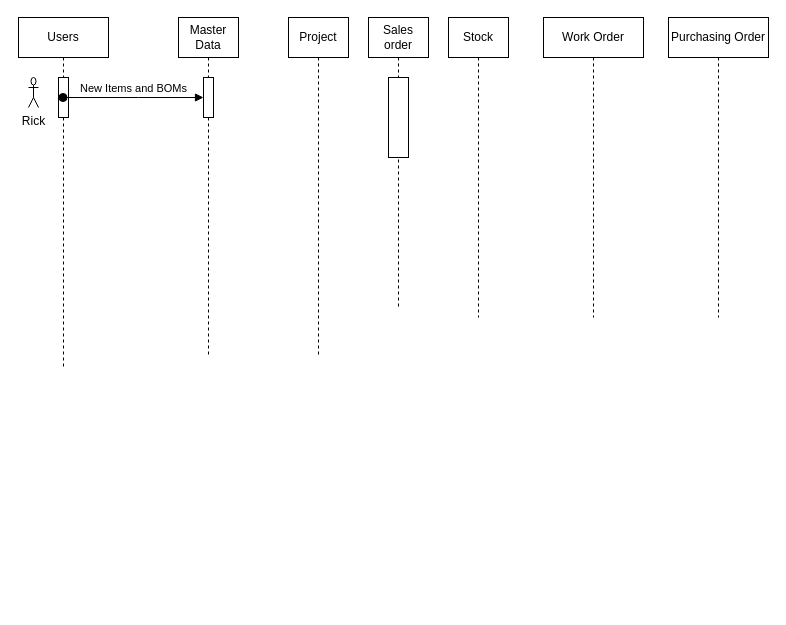
gemingzhe2023/D1_2025 keeps this draw.io diagram as JDE 20251217.drawio. Above is the earlier version. Source tidied: cells renumbered, new cells numbered last; positions are measured from the earlier drawing's top-left corner, leaving out a move shared by most shapes. Both pictures are drawn from the tidied source at 100%, with x=0, y=0 at pixel (18, 17).
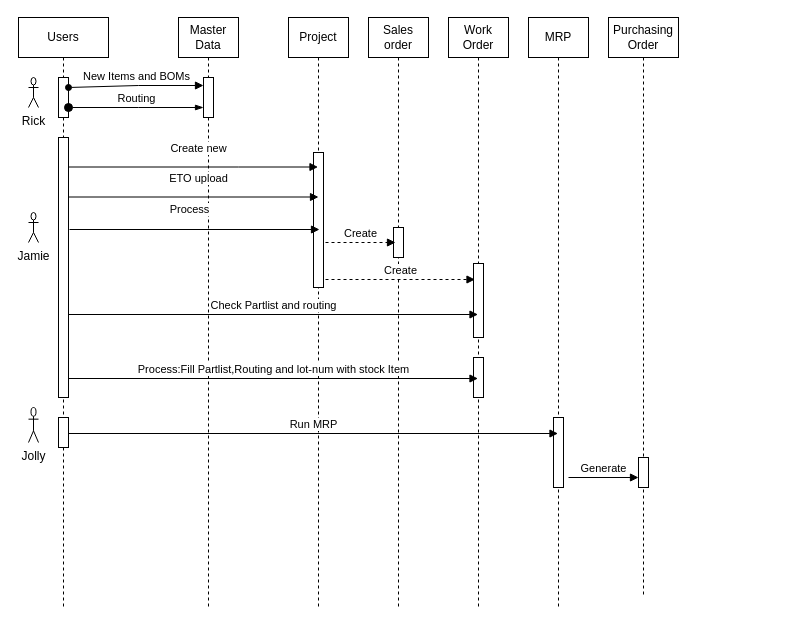
The same diagram, later.

Unchanged cells that the change refers to:
```xml
<mxCell id="9" style="html=1;points=[[0,0,0,0,5],[0,1,0,0,-5],[1,0,0,0,5],[1,1,0,0,-5]];perimeter=orthogonalPerimeter;outlineConnect=0;targetShapes=umlLifeline;portConstraint=eastwest;newEdgeStyle={&quot;curved&quot;:0,&quot;rounded&quot;:0};" parent="8" vertex="1">
  <mxGeometry x="40" y="60" width="10" height="40" as="geometry" />
</mxCell>
<mxCell id="12" style="html=1;points=[[0,0,0,0,5],[0,1,0,0,-5],[1,0,0,0,5],[1,1,0,0,-5]];perimeter=orthogonalPerimeter;outlineConnect=0;targetShapes=umlLifeline;portConstraint=eastwest;newEdgeStyle={&quot;curved&quot;:0,&quot;rounded&quot;:0};" parent="1" vertex="1">
  <mxGeometry x="185" y="60" width="10" height="40" as="geometry" />
</mxCell>
```

Change to the diagram source:
```diff
@@
     <mxCell id="2" value="Purchasing Order" style="shape=umlLifeline;perimeter=lifelinePerimeter;whiteSpace=wrap;html=1;newEdgeStyle={&quot;curved&quot;:0,&quot;rounded&quot;:0};" parent="1" vertex="1">
-      <mxGeometry x="650" width="100" height="300" as="geometry" />
+      <mxGeometry x="590" width="70" height="580" as="geometry" />
     </mxCell>
+    <mxCell id="14" style="html=1;perimeter=orthogonalPerimeter;targetShapes=umlLifeline;newEdgeStyle={&quot;curved&quot;:0,&quot;rounded&quot;:0};" parent="2" vertex="1">
+      <mxGeometry x="30" y="440" width="10" height="30" as="geometry" />
+    </mxCell>
-    <mxCell id="3" value="Stock" style="shape=umlLifeline;perimeter=lifelinePerimeter;whiteSpace=wrap;html=1;outlineConnect=0;portConstraint=eastwest;newEdgeStyle={&quot;curved&quot;:0,&quot;rounded&quot;:0};" parent="1" vertex="1">
-      <mxGeometry x="430" width="60" height="300" as="geometry" />
+    <mxCell id="3" value="MRP" style="shape=umlLifeline;perimeter=lifelinePerimeter;whiteSpace=wrap;html=1;outlineConnect=0;portConstraint=eastwest;newEdgeStyle={&quot;curved&quot;:0,&quot;rounded&quot;:0};" parent="1" vertex="1">
+      <mxGeometry x="510" width="60" height="590" as="geometry" />
     </mxCell>
+    <mxCell id="15" style="html=1;perimeter=orthogonalPerimeter;targetShapes=umlLifeline;newEdgeStyle={&quot;curved&quot;:0,&quot;rounded&quot;:0};" parent="3" vertex="1">
+      <mxGeometry x="25" y="400" width="10" height="70" as="geometry" />
+    </mxCell>
     <mxCell id="4" value="Work Order" style="shape=umlLifeline;perimeter=lifelinePerimeter;whiteSpace=wrap;html=1;newEdgeStyle={&quot;curved&quot;:0,&quot;rounded&quot;:0};" parent="1" vertex="1">
-      <mxGeometry x="525" width="100" height="300" as="geometry" />
+      <mxGeometry x="430" width="60" height="590" as="geometry" />
     </mxCell>
+    <mxCell id="16" style="html=1;perimeter=orthogonalPerimeter;targetShapes=umlLifeline;newEdgeStyle={&quot;curved&quot;:0,&quot;rounded&quot;:0};" parent="4" vertex="1">
+      <mxGeometry x="25" y="246" width="10" height="74" as="geometry" />
+    </mxCell>
+    <mxCell id="17" style="html=1;perimeter=orthogonalPerimeter;targetShapes=umlLifeline;newEdgeStyle={&quot;curved&quot;:0,&quot;rounded&quot;:0};" parent="4" vertex="1">
+      <mxGeometry x="25" y="340" width="10" height="40" as="geometry" />
+    </mxCell>
     <mxCell id="5" value="Project" style="shape=umlLifeline;perimeter=lifelinePerimeter;whiteSpace=wrap;html=1;newEdgeStyle={&quot;curved&quot;:0,&quot;rounded&quot;:0};" parent="1" vertex="1">
-      <mxGeometry x="270" width="60" height="340" as="geometry" />
+      <mxGeometry x="270" width="60" height="590" as="geometry" />
     </mxCell>
+    <mxCell id="18" style="html=1;perimeter=orthogonalPerimeter;targetShapes=umlLifeline;newEdgeStyle={&quot;curved&quot;:0,&quot;rounded&quot;:0};" parent="5" vertex="1">
+      <mxGeometry x="25" y="135" width="10" height="135" as="geometry" />
+    </mxCell>
     <mxCell id="6" value="Sales order" style="shape=umlLifeline;perimeter=lifelinePerimeter;whiteSpace=wrap;html=1;newEdgeStyle={&quot;curved&quot;:0,&quot;rounded&quot;:0};" parent="1" vertex="1">
-      <mxGeometry x="350" width="60" height="290" as="geometry" />
+      <mxGeometry x="350" width="60" height="590" as="geometry" />
     </mxCell>
-    <mxCell id="7" style="html=1;perimeter=orthogonalPerimeter;targetShapes=umlLifeline;newEdgeStyle={&quot;curved&quot;:0,&quot;rounded&quot;:0};direction=west;" parent="6" vertex="1">
-      <mxGeometry x="20" y="60" width="20" height="80" as="geometry" />
-    </mxCell>
+    <mxCell id="19" style="html=1;perimeter=orthogonalPerimeter;targetShapes=umlLifeline;newEdgeStyle={&quot;curved&quot;:0,&quot;rounded&quot;:0};" parent="6" vertex="1">
+      <mxGeometry x="25" y="210" width="10" height="30" as="geometry" />
+    </mxCell>
     <mxCell id="8" value="Users" style="shape=umlLifeline;perimeter=lifelinePerimeter;whiteSpace=wrap;html=1;outlineConnect=0;portConstraint=eastwest;newEdgeStyle={&quot;curved&quot;:0,&quot;rounded&quot;:0};" parent="1" vertex="1">
-      <mxGeometry width="90" height="350" as="geometry" />
+      <mxGeometry width="90" height="590" as="geometry" />
     </mxCell>
@@
+    <mxCell id="20" style="html=1;perimeter=orthogonalPerimeter;targetShapes=umlLifeline;newEdgeStyle={&quot;curved&quot;:0,&quot;rounded&quot;:0};" parent="8" vertex="1">
+      <mxGeometry x="40" y="120" width="10" height="260" as="geometry" />
+    </mxCell>
+    <mxCell id="21" style="html=1;perimeter=orthogonalPerimeter;targetShapes=umlLifeline;newEdgeStyle={&quot;curved&quot;:0,&quot;rounded&quot;:0};" parent="8" vertex="1">
+      <mxGeometry x="40" y="400" width="10" height="30" as="geometry" />
+    </mxCell>
@@
     <mxCell id="11" value="Master Data" style="shape=umlLifeline;perimeter=lifelinePerimeter;whiteSpace=wrap;html=1;newEdgeStyle={&quot;curved&quot;:0,&quot;rounded&quot;:0};" parent="1" vertex="1">
-      <mxGeometry x="160" width="60" height="340" as="geometry" />
+      <mxGeometry x="160" width="60" height="590" as="geometry" />
     </mxCell>
@@
-    <mxCell id="13" value="New Items and BOMs" style="html=1;verticalAlign=bottom;startArrow=oval;endArrow=block;startSize=8;curved=0;rounded=0;" parent="1" edge="1" source="8" target="12">
+    <mxCell id="13" value="New Items and BOMs" style="html=1;verticalAlign=bottom;startArrow=oval;endArrow=block;curved=0;rounded=0;exitX=1;exitY=0.25;exitDx=0;exitDy=0;exitPerimeter=0;" parent="1" edge="1" source="9">
       <mxGeometry relative="1" as="geometry">
+        <mxPoint x="185" y="68" as="targetPoint" />
         <Array as="points">
-          <mxPoint x="120" y="80" />
+          <mxPoint x="120" y="68" />
         </Array>
       </mxGeometry>
     </mxCell>
+    <mxCell id="22" value="Jamie" style="shape=umlActor;verticalLabelPosition=bottom;verticalAlign=top;html=1;" parent="1" vertex="1">
+      <mxGeometry x="10" y="195" width="10" height="30" as="geometry" />
+    </mxCell>
+    <mxCell id="23" value="Create new" style="html=1;verticalAlign=bottom;endArrow=block;curved=0;rounded=0;" parent="1" edge="1">
+      <mxGeometry x="0.04" y="10" relative="1" as="geometry">
+        <mxPoint x="50" y="149.5" as="sourcePoint" />
+        <mxPoint x="299.5" y="149.5" as="targetPoint" />
+        <Array as="points">
+          <mxPoint x="220" y="149.5" />
+        </Array>
+      </mxGeometry>
+    </mxCell>
+    <mxCell id="24" value="ETO upload" style="html=1;verticalAlign=bottom;endArrow=block;curved=0;rounded=0;" parent="1" edge="1">
+      <mxGeometry x="0.04" y="10" relative="1" as="geometry">
+        <mxPoint x="50" y="179.5" as="sourcePoint" />
+        <mxPoint x="300" y="179.5" as="targetPoint" />
+      </mxGeometry>
+    </mxCell>
+    <mxCell id="25" value="Process" style="html=1;verticalAlign=bottom;endArrow=block;curved=0;rounded=0;" parent="1" edge="1">
+      <mxGeometry x="-0.04" y="11" relative="1" as="geometry">
+        <mxPoint x="51" y="212" as="sourcePoint" />
+        <mxPoint x="301" y="212" as="targetPoint" />
+      </mxGeometry>
+    </mxCell>
+    <mxCell id="26" value="Create" style="html=1;verticalAlign=bottom;endArrow=block;curved=0;rounded=0;dashed=1;" parent="1" edge="1">
+      <mxGeometry relative="1" as="geometry">
+        <mxPoint x="307" y="225" as="sourcePoint" />
+        <mxPoint x="377" y="225" as="targetPoint" />
+      </mxGeometry>
+    </mxCell>
+    <mxCell id="27" value="Routing" style="html=1;verticalAlign=bottom;startArrow=oval;endArrow=blockThin;startSize=8;curved=0;rounded=0;endFill=1;" parent="1" edge="1">
+      <mxGeometry relative="1" as="geometry">
+        <mxPoint x="50" y="90" as="sourcePoint" />
+        <mxPoint x="185" y="90" as="targetPoint" />
+        <Array as="points">
+          <mxPoint x="120" y="90" />
+        </Array>
+      </mxGeometry>
+    </mxCell>
+    <mxCell id="28" value="Create" style="html=1;verticalAlign=bottom;endArrow=block;curved=0;rounded=0;dashed=1;" parent="1" edge="1">
+      <mxGeometry relative="1" as="geometry">
+        <mxPoint x="307" y="262" as="sourcePoint" />
+        <mxPoint x="456.5" y="262" as="targetPoint" />
+      </mxGeometry>
+    </mxCell>
+    <mxCell id="29" value="Check Partlist and routing" style="html=1;verticalAlign=bottom;endArrow=block;curved=0;rounded=0;" parent="1" edge="1">
+      <mxGeometry relative="1" as="geometry">
+        <mxPoint x="50" y="297" as="sourcePoint" />
+        <mxPoint x="459.5" y="297" as="targetPoint" />
+      </mxGeometry>
+    </mxCell>
+    <mxCell id="30" value="Process:Fill Partlist,Routing and lot-num with stock Item" style="html=1;verticalAlign=bottom;endArrow=block;curved=0;rounded=0;" parent="1" edge="1">
+      <mxGeometry relative="1" as="geometry">
+        <mxPoint x="50" y="361" as="sourcePoint" />
+        <mxPoint x="459.5" y="361" as="targetPoint" />
+      </mxGeometry>
+    </mxCell>
+    <mxCell id="31" value="Run MRP" style="html=1;verticalAlign=bottom;endArrow=block;curved=0;rounded=0;" parent="1" edge="1" target="3">
+      <mxGeometry relative="1" as="geometry">
+        <mxPoint x="50" y="416" as="sourcePoint" />
+      </mxGeometry>
+    </mxCell>
+    <mxCell id="32" value="Jolly" style="shape=umlActor;verticalLabelPosition=bottom;verticalAlign=top;html=1;" parent="1" vertex="1">
+      <mxGeometry x="10" y="390" width="10" height="35" as="geometry" />
+    </mxCell>
+    <mxCell id="33" value="Generate" style="html=1;verticalAlign=bottom;endArrow=block;curved=0;rounded=0;" parent="1" edge="1">
+      <mxGeometry relative="1" as="geometry">
+        <mxPoint x="550" y="460" as="sourcePoint" />
+        <mxPoint x="620" y="460" as="targetPoint" />
+      </mxGeometry>
+    </mxCell>
```
